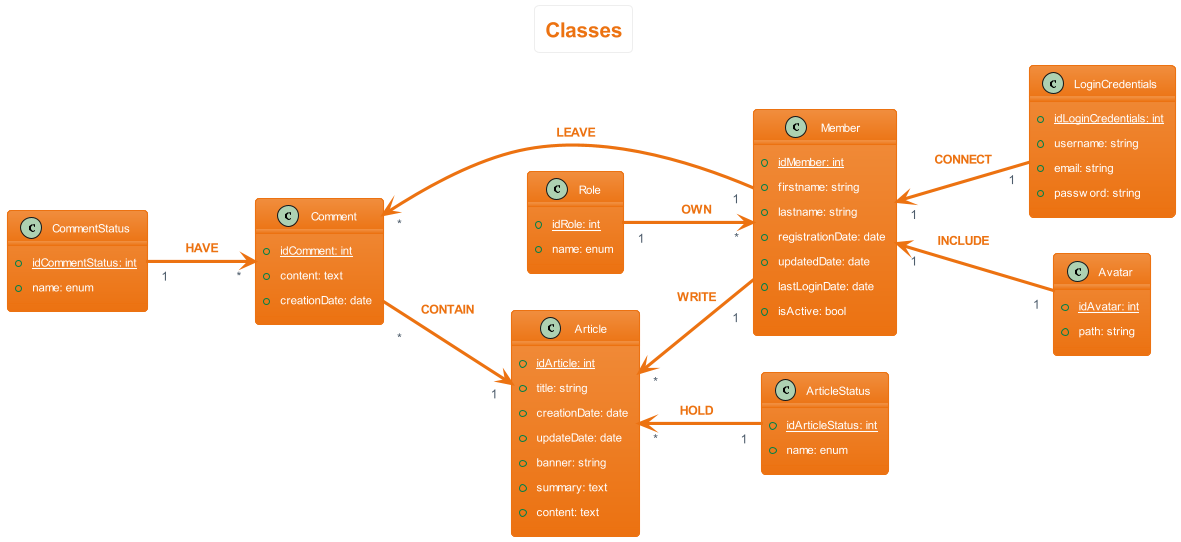
sebastien-d-me/SebBlog keeps this PlantUML diagram as 1_project_design/uml_diagrams/class/classes.png. Above is the earlier version. Its diagram source:
```plantuml
@startuml classes
left to right direction
skinparam actorStyle Awesome
skinparam ArrowThickness 1
!theme aws-orange
skinparam backgroundcolor White

title Classes

class Comment {
    {static} +idComment: int
    +content: text
    +creationDate: date
}

class CommentStatus {
    {static} +idCommentStatus: int
    +name: enum
}

class Article {
    {static} +idArticle: int
    +title: string
    +creationDate: date
    +updateDate: date
    +banner: string
    +summary: text
    +content: text
}

class ArticleStatus {
    {static} +idArticleStatus: int
    +name: enum
}

class Role {
    {static} +idRole: int
    +name: enum
}

class Member {
    {static} +idMember: int
    +firstname: string
    +lastname: string
    +registrationDate: date
    +updatedDate: date
    +lastLoginDate: date
    +isActive: bool
}

class LoginCredentials {
    {static} +idLoginCredentials: int
    +username: string
    +email: string
    +password: string
}

class Avatar {
     {static} +idAvatar: int
    +path: string
}

Member "1" <-- "1" LoginCredentials: $warning("CONNECT")
Member "1" <-- "1" Avatar: $warning("INCLUDE")
Member "*" <-up- "1" Role : $warning("OWN")
Article "*" <-- "\n1" Member: $warning("WRITE")
Comment "*" <-- "1" Member: $warning("LEAVE")
Comment "\n*" --> "1" Article: $warning("CONTAIN")
Article "*" <-- "1" ArticleStatus: $warning("HOLD")
CommentStatus "1" --> "*" Comment: $warning("HAVE")
@enduml
```
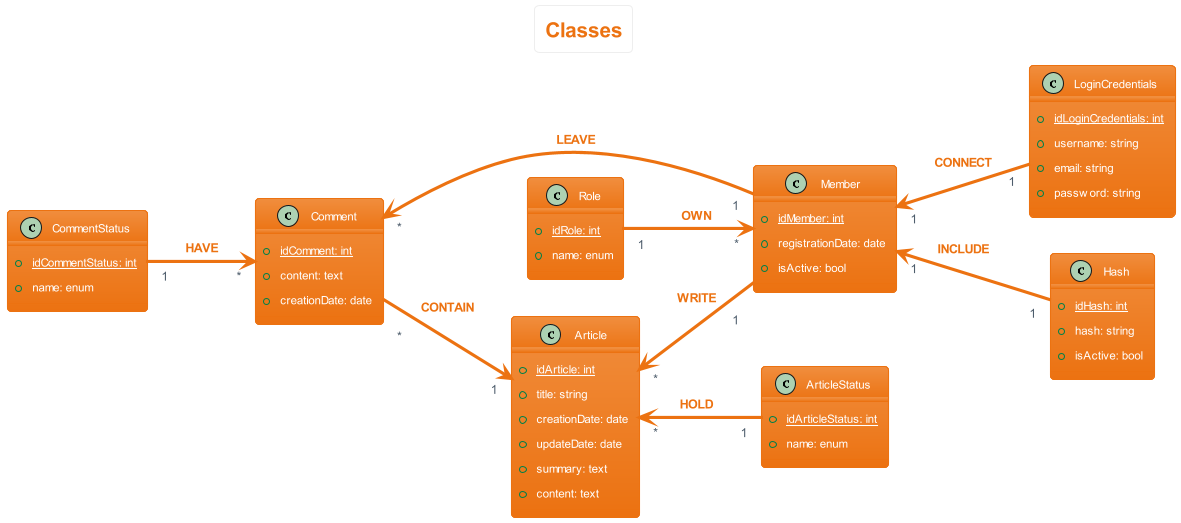
After the commit.

The edit, as a diff of the source:
```diff
@@ -23,7 +23,6 @@
     +title: string
     +creationDate: date
     +updateDate: date
-    +banner: string
     +summary: text
     +content: text
 }
@@ -40,11 +39,7 @@
 
 class Member {
     {static} +idMember: int
-    +firstname: string
-    +lastname: string
     +registrationDate: date
-    +updatedDate: date
-    +lastLoginDate: date
     +isActive: bool
 }
 
@@ -55,13 +50,14 @@
     +password: string
 }
 
-class Avatar {
-     {static} +idAvatar: int
-    +path: string
+class Hash {
+    {static} +idHash: int
+    +hash: string
+    +isActive: bool
 }
 
 Member "1" <-- "1" LoginCredentials: $warning("CONNECT")
-Member "1" <-- "1" Avatar: $warning("INCLUDE")
+Member "1" <-- "1" Hash: $warning("INCLUDE")
 Member "*" <-up- "1" Role : $warning("OWN")
 Article "*" <-- "\n1" Member: $warning("WRITE")
 Comment "*" <-- "1" Member: $warning("LEAVE")
```
